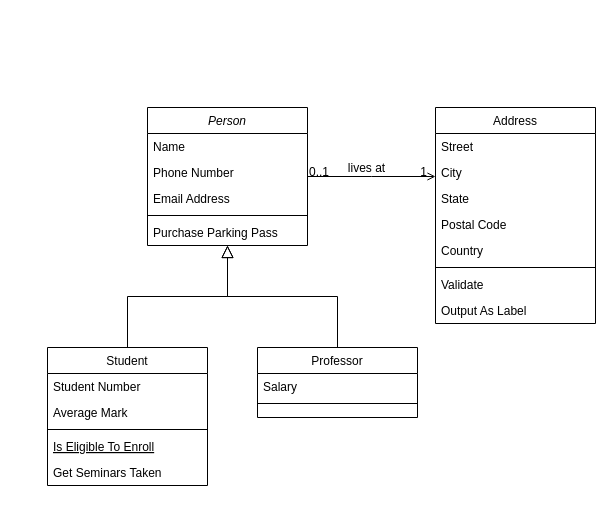
This is Diagramme sans nom.drawio from joebar27/PET_Bottle_Recycler_API, a draw.io file, before an edit. Source tidied: cells renumbered, new cells numbered last; positions are measured from the earlier drawing's top-left corner, leaving out a move shared by most shapes. Both pictures are drawn from the tidied source at 100%, with x=0, y=0 at pixel (47, 107).
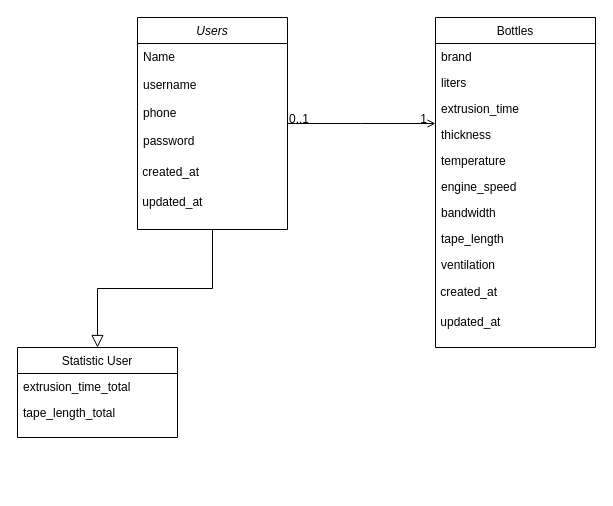
The same page after the edit.

Commit message:
Mettre à jour Diagramme sans nom.drawio

Unchanged cells that the change refers to:
```xml
<mxCell id="28" style="endArrow=open;shadow=0;strokeWidth=1;rounded=0;endFill=1;edgeStyle=elbowEdgeStyle;elbow=vertical;" parent="1" edge="1" source="2" target="19">
  <mxGeometry x="0.5" y="41" relative="1" as="geometry">
    <mxPoint x="-40" y="32" as="offset" />
  </mxGeometry>
</mxCell>
```

What changed in the source:
```diff
@@
-    <mxCell id="2" value="Person" style="swimlane;fontStyle=2;align=center;verticalAlign=top;horizontal=1;startSize=26;rounded=0;shadow=0;strokeWidth=1;" parent="1" vertex="1">
-      <mxGeometry x="100" width="160" height="138" as="geometry" />
+    <mxCell id="2" value="Users" style="swimlane;fontStyle=2;align=center;verticalAlign=top;horizontal=1;startSize=26;rounded=0;shadow=0;strokeWidth=1;" parent="1" vertex="1">
+      <mxGeometry x="90" y="-90" width="150" height="212" as="geometry" />
     </mxCell>
-    <mxCell id="3" value="Name" style="text;align=left;verticalAlign=top;spacingLeft=4;spacingRight=4;overflow=hidden;" parent="2" vertex="1">
-      <mxGeometry y="26" width="160" height="26" as="geometry" />
+    <mxCell id="3" value="Name&#10;&#10;username&#10;&#10;phone&#10;&#10;password" style="text;align=left;verticalAlign=top;spacingLeft=4;spacingRight=4;overflow=hidden;" parent="2" vertex="1">
+      <mxGeometry y="26" width="150" height="114" as="geometry" />
     </mxCell>
-    <mxCell id="4" value="Phone Number" style="text;align=left;verticalAlign=top;spacingLeft=4;spacingRight=4;overflow=hidden;rounded=0;shadow=0;html=0;" parent="2" vertex="1">
-      <mxGeometry y="52" width="160" height="26" as="geometry" />
-    </mxCell>
-    <mxCell id="5" value="Email Address" style="text;align=left;verticalAlign=top;spacingLeft=4;spacingRight=4;overflow=hidden;rounded=0;shadow=0;html=0;" parent="2" vertex="1">
-      <mxGeometry y="78" width="160" height="26" as="geometry" />
-    </mxCell>
-    <mxCell id="6" style="line;html=1;strokeWidth=1;align=left;verticalAlign=middle;spacingTop=-1;spacingLeft=3;spacingRight=3;labelPosition=right;" parent="2" vertex="1">
-      <mxGeometry y="104" width="160" height="8" as="geometry" />
-    </mxCell>
-    <mxCell id="7" value="Purchase Parking Pass" style="text;align=left;verticalAlign=top;spacingLeft=4;spacingRight=4;overflow=hidden;" parent="2" vertex="1">
-      <mxGeometry y="112" width="160" height="26" as="geometry" />
-    </mxCell>
+    <mxCell id="32" value="&amp;nbsp;created_at" style="text;strokeColor=none;align=left;fillColor=none;html=1;verticalAlign=middle;whiteSpace=wrap;rounded=0;" parent="2" vertex="1">
+      <mxGeometry y="140" width="150" height="30" as="geometry" />
+    </mxCell>
+    <mxCell id="33" value="&amp;nbsp;updated_at" style="text;strokeColor=none;align=left;fillColor=none;html=1;verticalAlign=middle;whiteSpace=wrap;rounded=0;" parent="2" vertex="1">
+      <mxGeometry y="170" width="150" height="30" as="geometry" />
+    </mxCell>
-    <mxCell id="8" value="Student" style="swimlane;fontStyle=0;align=center;verticalAlign=top;horizontal=1;startSize=26;rounded=0;shadow=0;strokeWidth=1;" parent="1" vertex="1">
-      <mxGeometry y="240" width="160" height="138" as="geometry" />
+    <mxCell id="8" value="Statistic User" style="swimlane;fontStyle=0;align=center;verticalAlign=top;horizontal=1;startSize=26;rounded=0;shadow=0;strokeWidth=1;" parent="1" vertex="1">
+      <mxGeometry x="-30" y="240" width="160" height="90" as="geometry" />
     </mxCell>
-    <mxCell id="9" value="Student Number" style="text;align=left;verticalAlign=top;spacingLeft=4;spacingRight=4;overflow=hidden;" parent="8" vertex="1">
+    <mxCell id="9" value="extrusion_time_total" style="text;align=left;verticalAlign=top;spacingLeft=4;spacingRight=4;overflow=hidden;" parent="8" vertex="1">
       <mxGeometry y="26" width="160" height="26" as="geometry" />
     </mxCell>
-    <mxCell id="10" value="Average Mark" style="text;align=left;verticalAlign=top;spacingLeft=4;spacingRight=4;overflow=hidden;rounded=0;shadow=0;html=0;" parent="8" vertex="1">
+    <mxCell id="10" value="tape_length_total" style="text;align=left;verticalAlign=top;spacingLeft=4;spacingRight=4;overflow=hidden;rounded=0;shadow=0;html=0;" parent="8" vertex="1">
       <mxGeometry y="52" width="160" height="26" as="geometry" />
     </mxCell>
-    <mxCell id="11" style="line;html=1;strokeWidth=1;align=left;verticalAlign=middle;spacingTop=-1;spacingLeft=3;spacingRight=3;labelPosition=right;" parent="8" vertex="1">
-      <mxGeometry y="78" width="160" height="8" as="geometry" />
-    </mxCell>
-    <mxCell id="12" value="Is Eligible To Enroll" style="text;align=left;verticalAlign=top;spacingLeft=4;spacingRight=4;overflow=hidden;fontStyle=4;" parent="8" vertex="1">
-      <mxGeometry y="86" width="160" height="26" as="geometry" />
-    </mxCell>
-    <mxCell id="13" value="Get Seminars Taken" style="text;align=left;verticalAlign=top;spacingLeft=4;spacingRight=4;overflow=hidden;" parent="8" vertex="1">
-      <mxGeometry y="112" width="160" height="26" as="geometry" />
-    </mxCell>
-    <mxCell id="14" style="endArrow=block;endSize=10;endFill=0;shadow=0;strokeWidth=1;rounded=0;edgeStyle=elbowEdgeStyle;elbow=vertical;" parent="1" edge="1" source="8" target="2">
+    <mxCell id="14" style="endArrow=block;endSize=10;endFill=0;shadow=0;strokeWidth=1;rounded=0;edgeStyle=elbowEdgeStyle;elbow=vertical;" parent="1" edge="1" source="2" target="8">
       <mxGeometry relative="1" as="geometry" />
     </mxCell>
-    <mxCell id="15" value="Professor" style="swimlane;fontStyle=0;align=center;verticalAlign=top;horizontal=1;startSize=26;rounded=0;shadow=0;strokeWidth=1;" parent="1" vertex="1">
-      <mxGeometry x="210" y="240" width="160" height="70" as="geometry" />
-    </mxCell>
-    <mxCell id="16" value="Salary" style="text;align=left;verticalAlign=top;spacingLeft=4;spacingRight=4;overflow=hidden;" parent="15" vertex="1">
-      <mxGeometry y="26" width="160" height="26" as="geometry" />
-    </mxCell>
-    <mxCell id="17" style="line;html=1;strokeWidth=1;align=left;verticalAlign=middle;spacingTop=-1;spacingLeft=3;spacingRight=3;labelPosition=right;" parent="15" vertex="1">
-      <mxGeometry y="52" width="160" height="8" as="geometry" />
-    </mxCell>
-    <mxCell id="18" style="endArrow=block;endSize=10;endFill=0;shadow=0;strokeWidth=1;rounded=0;edgeStyle=elbowEdgeStyle;elbow=vertical;" parent="1" edge="1" source="15" target="2">
-      <mxGeometry relative="1" as="geometry" />
-    </mxCell>
-    <mxCell id="19" value="Address" style="swimlane;fontStyle=0;align=center;verticalAlign=top;horizontal=1;startSize=26;rounded=0;shadow=0;strokeWidth=1;" parent="1" vertex="1">
-      <mxGeometry x="388" width="160" height="216" as="geometry" />
+    <mxCell id="19" value="Bottles" style="swimlane;fontStyle=0;align=center;verticalAlign=top;horizontal=1;startSize=26;rounded=0;shadow=0;strokeWidth=1;" parent="1" vertex="1">
+      <mxGeometry x="388" y="-90" width="160" height="330" as="geometry" />
     </mxCell>
-    <mxCell id="20" value="Street" style="text;align=left;verticalAlign=top;spacingLeft=4;spacingRight=4;overflow=hidden;" parent="19" vertex="1">
+    <mxCell id="20" value="brand" style="text;align=left;verticalAlign=top;spacingLeft=4;spacingRight=4;overflow=hidden;" parent="19" vertex="1">
       <mxGeometry y="26" width="160" height="26" as="geometry" />
     </mxCell>
-    <mxCell id="21" value="City" style="text;align=left;verticalAlign=top;spacingLeft=4;spacingRight=4;overflow=hidden;rounded=0;shadow=0;html=0;" parent="19" vertex="1">
+    <mxCell id="21" value="liters" style="text;align=left;verticalAlign=top;spacingLeft=4;spacingRight=4;overflow=hidden;rounded=0;shadow=0;html=0;" parent="19" vertex="1">
       <mxGeometry y="52" width="160" height="26" as="geometry" />
     </mxCell>
-    <mxCell id="22" value="State" style="text;align=left;verticalAlign=top;spacingLeft=4;spacingRight=4;overflow=hidden;rounded=0;shadow=0;html=0;" parent="19" vertex="1">
+    <mxCell id="22" value="extrusion_time" style="text;align=left;verticalAlign=top;spacingLeft=4;spacingRight=4;overflow=hidden;rounded=0;shadow=0;html=0;" parent="19" vertex="1">
       <mxGeometry y="78" width="160" height="26" as="geometry" />
     </mxCell>
-    <mxCell id="23" value="Postal Code" style="text;align=left;verticalAlign=top;spacingLeft=4;spacingRight=4;overflow=hidden;rounded=0;shadow=0;html=0;" parent="19" vertex="1">
+    <mxCell id="23" value="thickness" style="text;align=left;verticalAlign=top;spacingLeft=4;spacingRight=4;overflow=hidden;rounded=0;shadow=0;html=0;" parent="19" vertex="1">
       <mxGeometry y="104" width="160" height="26" as="geometry" />
     </mxCell>
-    <mxCell id="24" value="Country" style="text;align=left;verticalAlign=top;spacingLeft=4;spacingRight=4;overflow=hidden;rounded=0;shadow=0;html=0;" parent="19" vertex="1">
+    <mxCell id="24" value="temperature" style="text;align=left;verticalAlign=top;spacingLeft=4;spacingRight=4;overflow=hidden;rounded=0;shadow=0;html=0;" parent="19" vertex="1">
       <mxGeometry y="130" width="160" height="26" as="geometry" />
     </mxCell>
-    <mxCell id="25" style="line;html=1;strokeWidth=1;align=left;verticalAlign=middle;spacingTop=-1;spacingLeft=3;spacingRight=3;labelPosition=right;" parent="19" vertex="1">
-      <mxGeometry y="156" width="160" height="8" as="geometry" />
-    </mxCell>
-    <mxCell id="26" value="Validate" style="text;align=left;verticalAlign=top;spacingLeft=4;spacingRight=4;overflow=hidden;" parent="19" vertex="1">
-      <mxGeometry y="164" width="160" height="26" as="geometry" />
+    <mxCell id="26" value="engine_speed" style="text;align=left;verticalAlign=top;spacingLeft=4;spacingRight=4;overflow=hidden;" parent="19" vertex="1">
+      <mxGeometry y="156" width="160" height="26" as="geometry" />
     </mxCell>
-    <mxCell id="27" value="Output As Label" style="text;align=left;verticalAlign=top;spacingLeft=4;spacingRight=4;overflow=hidden;" parent="19" vertex="1">
-      <mxGeometry y="190" width="160" height="26" as="geometry" />
+    <mxCell id="27" value="bandwidth" style="text;align=left;verticalAlign=top;spacingLeft=4;spacingRight=4;overflow=hidden;" parent="19" vertex="1">
+      <mxGeometry y="182" width="160" height="26" as="geometry" />
     </mxCell>
+    <mxCell id="34" value="tape_length" style="text;align=left;verticalAlign=top;spacingLeft=4;spacingRight=4;overflow=hidden;" parent="19" vertex="1">
+      <mxGeometry y="208" width="160" height="26" as="geometry" />
+    </mxCell>
+    <mxCell id="35" value="ventilation" style="text;align=left;verticalAlign=top;spacingLeft=4;spacingRight=4;overflow=hidden;" parent="19" vertex="1">
+      <mxGeometry y="234" width="160" height="26" as="geometry" />
+    </mxCell>
+    <mxCell id="36" value="&amp;nbsp;created_at" style="text;strokeColor=none;align=left;fillColor=none;html=1;verticalAlign=middle;whiteSpace=wrap;rounded=0;" parent="19" vertex="1">
+      <mxGeometry y="260" width="160" height="30" as="geometry" />
+    </mxCell>
+    <mxCell id="37" value="&amp;nbsp;updated_at" style="text;strokeColor=none;align=left;fillColor=none;html=1;verticalAlign=middle;whiteSpace=wrap;rounded=0;" parent="19" vertex="1">
+      <mxGeometry y="290" width="160" height="30" as="geometry" />
+    </mxCell>
@@
-    <mxCell id="31" value="lives at" style="text;html=1;align=center;verticalAlign=middle;labelBackgroundColor=none;rounded=0;shadow=0;strokeWidth=1;fontSize=12;" parent="28" vertex="1">
-      <mxGeometry x="0.5" y="49" relative="1" as="geometry">
-        <mxPoint x="-38" y="40" as="offset" />
-      </mxGeometry>
-    </mxCell>
```
